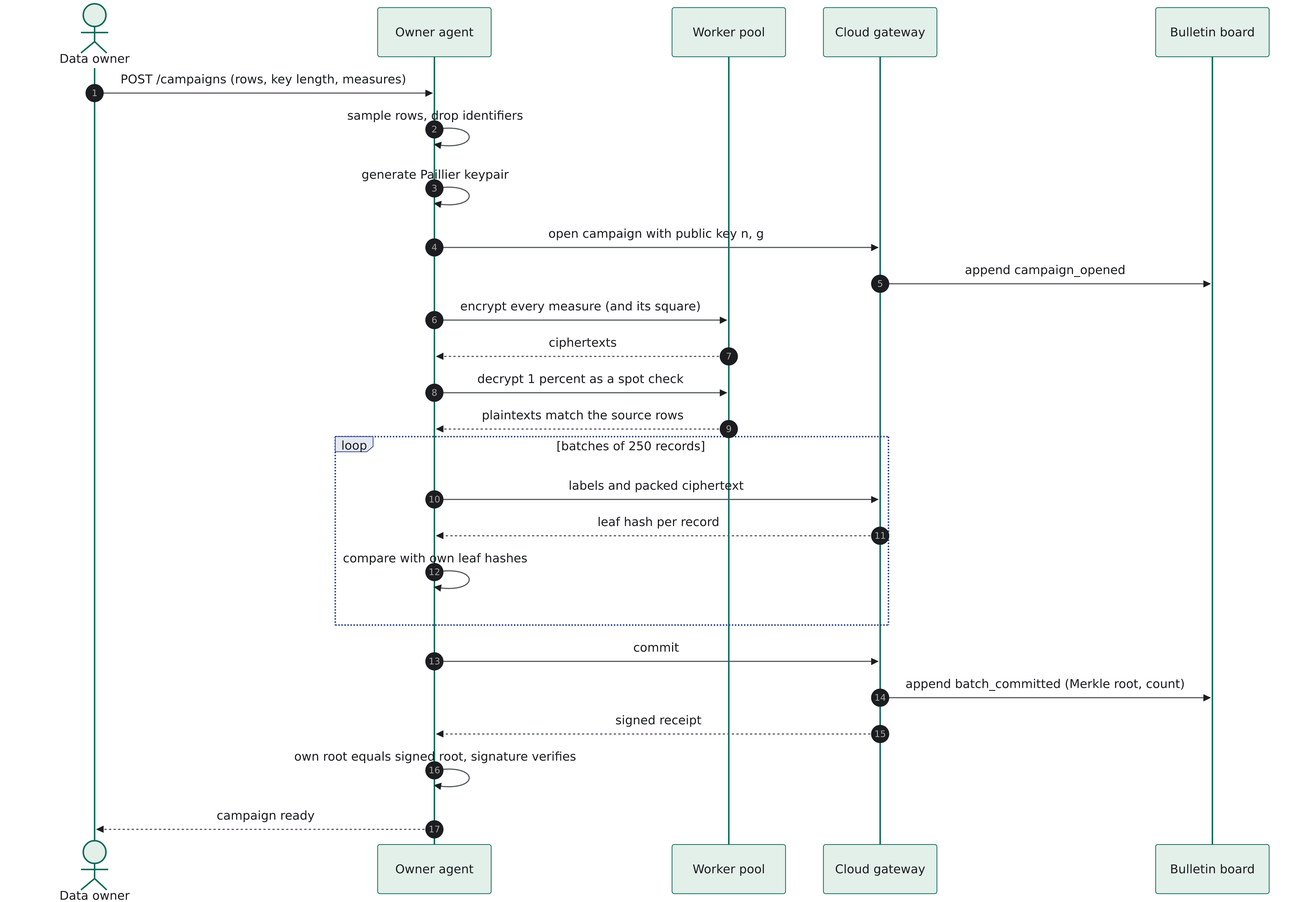
Earlier version of the Mermaid export miscs/diagrams/campaign_sequence.png (seniru-dilmith/E-Privacy). Its source is kept beside it as miscs/diagrams/campaign_sequence.mmd.
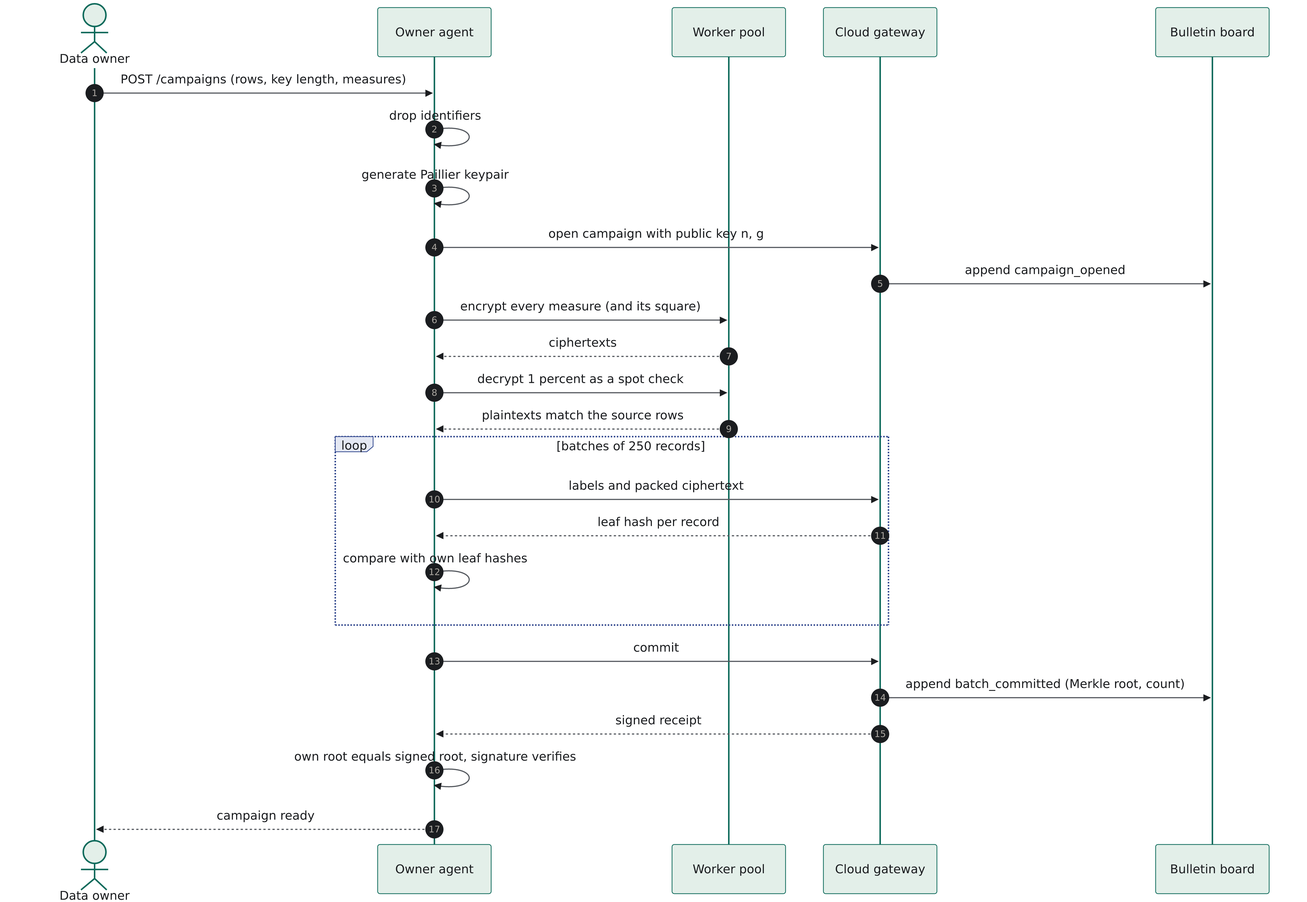
The same file after the commit.

The edit, as a diff of the source:
```diff
@@ -6,7 +6,7 @@
     participant C as Cloud gateway
     participant B as Bulletin board
     U->>A: POST /campaigns (rows, key length, measures)
-    A->>A: sample rows, drop identifiers
+    A->>A: drop identifiers
     A->>A: generate Paillier keypair
     A->>C: open campaign with public key n, g
     C->>B: append campaign_opened
```
